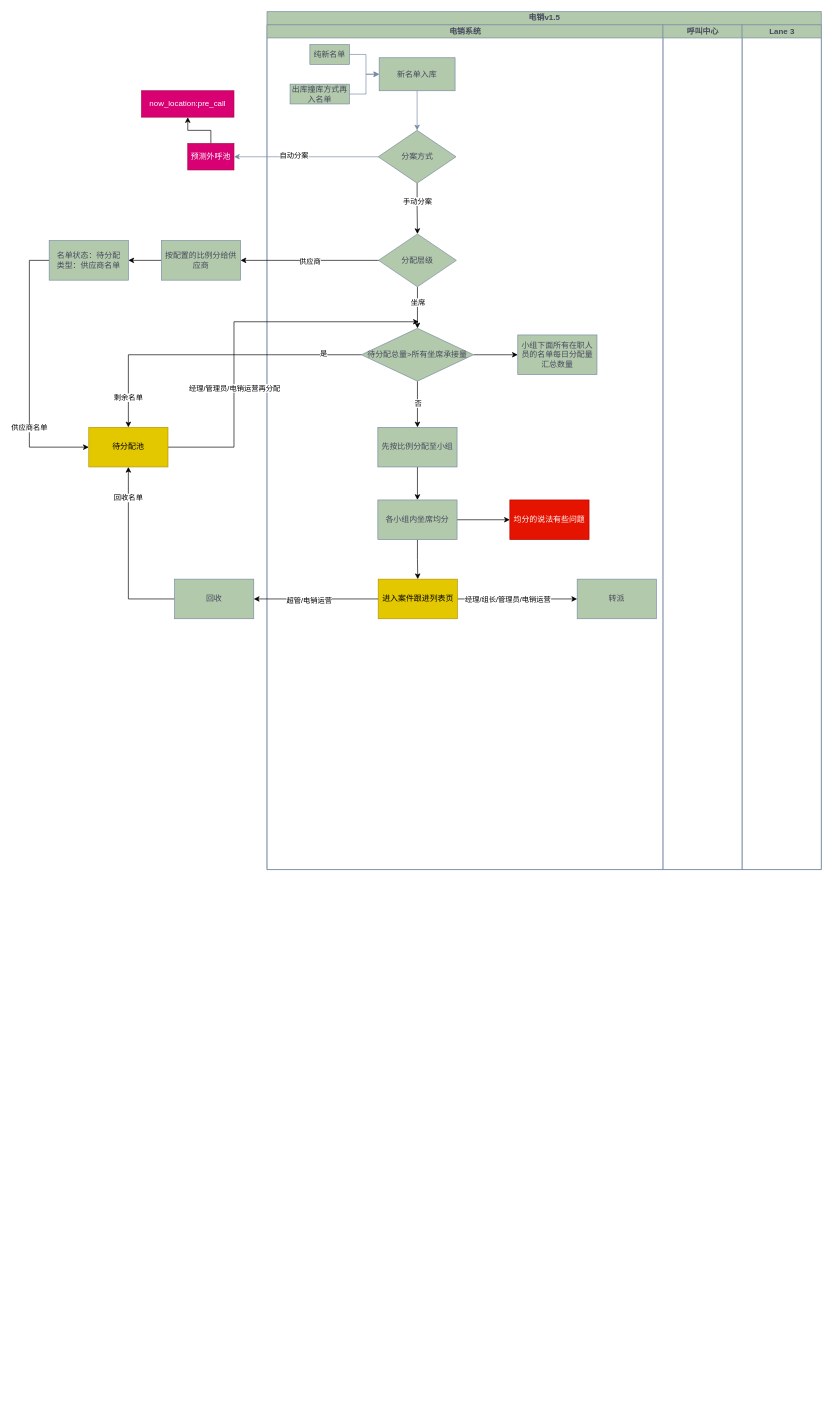
Before: 电销v1.5泳道图.drawio in yuanlj-tea/picgo, a draw.io diagram. Source tidied: cells renumbered, new cells numbered last; positions are measured from the earlier drawing's top-left corner, leaving out a move shared by most shapes. Both pictures are drawn from the tidied source at 66%, with x=0, y=0 at pixel (29, 11).
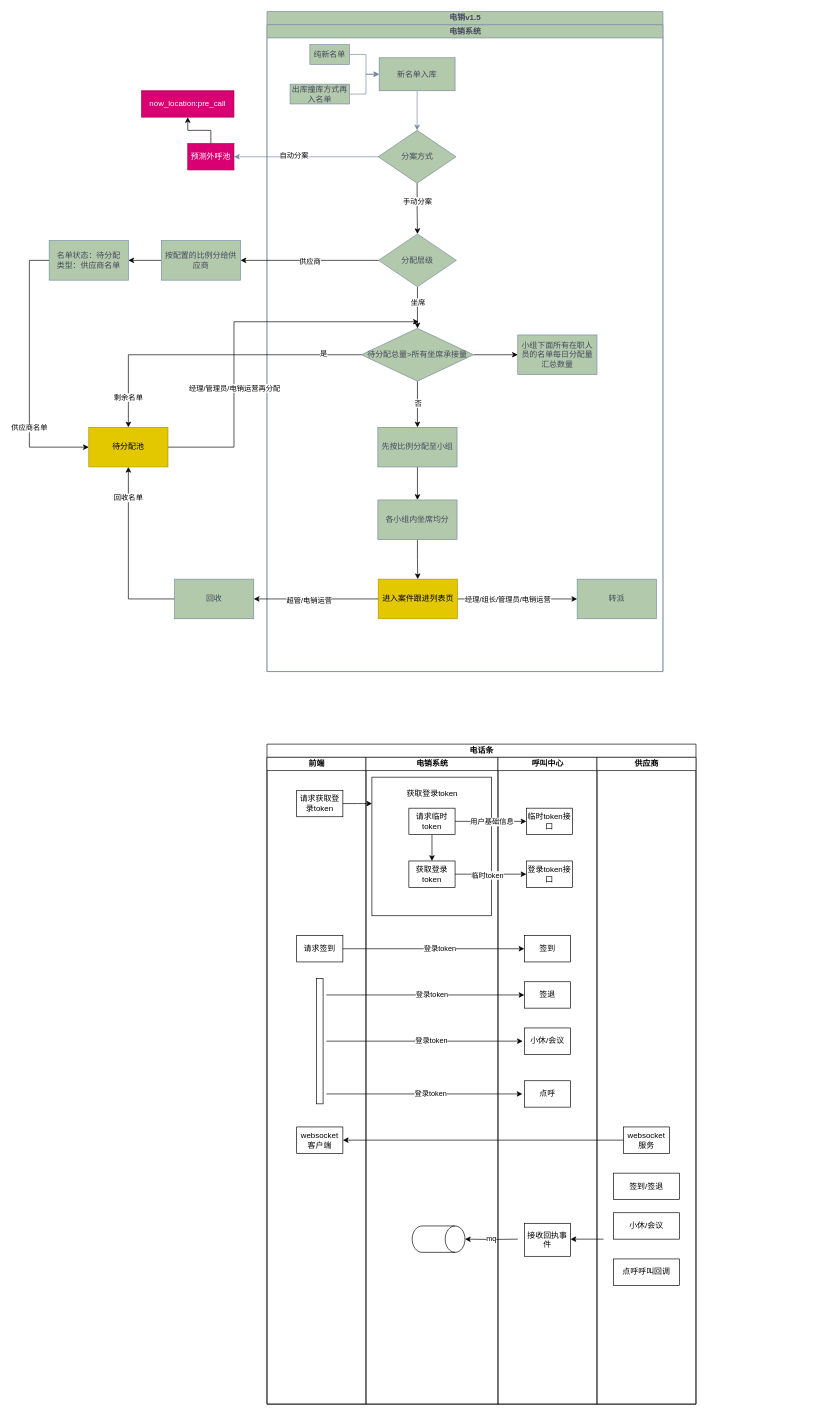
The same page after the edit.

Commit message:
更新电销v1.5泳道图.drawio

The change refers to these unchanged cells:
```xml
<mxCell id="25" value="各小组内坐席均分" style="whiteSpace=wrap;html=1;fillColor=#B2C9AB;strokeColor=#788AA3;fontColor=#46495D;labelBackgroundColor=none;" parent="3" vertex="1">
  <mxGeometry x="168" y="720" width="120" height="60" as="geometry" />
</mxCell>
```

Diff of the diagram source:
```diff
@@
     <mxCell id="2" value="电销v1.5" style="swimlane;startSize=20;html=1;labelBackgroundColor=none;fillColor=#B2C9AB;strokeColor=#788AA3;fontColor=#46495D;" parent="1" vertex="1">
-      <mxGeometry x="360" width="840" height="1300" as="geometry" />
+      <mxGeometry x="360" width="600" height="1000" as="geometry" />
     </mxCell>
     <mxCell id="3" value="电销系统" style="swimlane;startSize=20;html=1;labelBackgroundColor=none;fillColor=#B2C9AB;strokeColor=#788AA3;fontColor=#46495D;" parent="2" vertex="1">
-      <mxGeometry y="20" width="600" height="1280" as="geometry" />
+      <mxGeometry y="20" width="600" height="980" as="geometry" />
     </mxCell>
@@
-    <mxCell id="23" style="edgeStyle=orthogonalEdgeStyle;rounded=0;jettySize=auto;html=1;" parent="3" edge="1" source="25" target="26">
-      <mxGeometry relative="1" as="geometry" />
-    </mxCell>
@@
-    <mxCell id="26" value="均分的说法有些问题" style="whiteSpace=wrap;html=1;fillColor=#e51400;strokeColor=#B20000;fontColor=#ffffff;labelBackgroundColor=none;" parent="3" vertex="1">
-      <mxGeometry x="368" y="720" width="120" height="60" as="geometry" />
-    </mxCell>
@@
-    <mxCell id="33" value="呼叫中心" style="swimlane;startSize=20;html=1;labelBackgroundColor=none;fillColor=#B2C9AB;strokeColor=#788AA3;fontColor=#46495D;" parent="2" vertex="1">
-      <mxGeometry x="600" y="20" width="120" height="1280" as="geometry" />
-    </mxCell>
-    <mxCell id="34" value="Lane 3" style="swimlane;startSize=20;html=1;labelBackgroundColor=none;fillColor=#B2C9AB;strokeColor=#788AA3;fontColor=#46495D;" parent="2" vertex="1">
-      <mxGeometry x="720" y="20" width="120" height="1280" as="geometry" />
-    </mxCell>
@@
+    <mxCell id="56" value="电话条" style="swimlane;startSize=20;html=1;" parent="1" vertex="1">
+      <mxGeometry x="360" y="1110" width="650" height="1000" as="geometry" />
+    </mxCell>
+    <mxCell id="57" value="前端" style="swimlane;startSize=20;html=1;" parent="56" vertex="1">
+      <mxGeometry y="20" width="150" height="980" as="geometry" />
+    </mxCell>
+    <mxCell id="58" value="请求获取登录token" style="rounded=0;whiteSpace=wrap;html=1;" parent="57" vertex="1">
+      <mxGeometry x="45" y="50" width="70" height="40" as="geometry" />
+    </mxCell>
+    <mxCell id="59" value="请求签到" style="rounded=0;whiteSpace=wrap;html=1;" parent="57" vertex="1">
+      <mxGeometry x="45" y="270" width="70" height="40" as="geometry" />
+    </mxCell>
+    <mxCell id="60" value="websocket客户端" style="rounded=0;whiteSpace=wrap;html=1;" parent="57" vertex="1">
+      <mxGeometry x="45" y="560" width="70" height="40" as="geometry" />
+    </mxCell>
+    <mxCell id="61" style="edgeStyle=orthogonalEdgeStyle;rounded=0;orthogonalLoop=1;jettySize=auto;html=1;entryX=0;entryY=0.5;entryDx=0;entryDy=0;" parent="57" edge="1">
+      <mxGeometry relative="1" as="geometry">
+        <mxPoint x="90" y="360" as="sourcePoint" />
+        <mxPoint x="390" y="360" as="targetPoint" />
+      </mxGeometry>
+    </mxCell>
+    <mxCell id="62" value="登录token" style="edgeLabel;html=1;align=center;verticalAlign=middle;" parent="61" vertex="1">
+      <mxGeometry x="0.06" y="1" relative="1" as="geometry" />
+    </mxCell>
+    <mxCell id="63" style="html=1;perimeter=orthogonalPerimeter;targetShapes=umlLifeline;newEdgeStyle={&quot;curved&quot;:0,&quot;rounded&quot;:0};" parent="57" vertex="1">
+      <mxGeometry x="75" y="335" width="10" height="190" as="geometry" />
+    </mxCell>
+    <mxCell id="64" value="电销系统" style="swimlane;startSize=20;html=1;" parent="56" vertex="1">
+      <mxGeometry x="150" y="20" width="200" height="980" as="geometry" />
+    </mxCell>
+    <mxCell id="65" style="rounded=0;whiteSpace=wrap;html=1;" parent="64" vertex="1">
+      <mxGeometry x="9" y="30" width="181" height="210" as="geometry" />
+    </mxCell>
+    <mxCell id="66" style="edgeStyle=orthogonalEdgeStyle;rounded=0;jettySize=auto;html=1;entryX=0.5;entryY=0;entryDx=0;entryDy=0;" parent="64" edge="1" source="67" target="68">
+      <mxGeometry relative="1" as="geometry" />
+    </mxCell>
+    <mxCell id="67" value="请求临时token" style="rounded=0;whiteSpace=wrap;html=1;" parent="64" vertex="1">
+      <mxGeometry x="65" y="77" width="70" height="40" as="geometry" />
+    </mxCell>
+    <mxCell id="68" value="获取登录token" style="rounded=0;whiteSpace=wrap;html=1;" parent="64" vertex="1">
+      <mxGeometry x="65" y="157" width="70" height="40" as="geometry" />
+    </mxCell>
+    <mxCell id="69" value="获取登录token" style="text;html=1;align=center;verticalAlign=middle;strokeColor=none;fillColor=none;" parent="64" vertex="1">
+      <mxGeometry x="50" y="40" width="100" height="30" as="geometry" />
+    </mxCell>
+    <mxCell id="70" style="edgeStyle=orthogonalEdgeStyle;rounded=0;orthogonalLoop=1;jettySize=auto;html=1;entryX=0;entryY=0.5;entryDx=0;entryDy=0;" parent="64" edge="1">
+      <mxGeometry relative="1" as="geometry">
+        <mxPoint x="-60" y="430" as="sourcePoint" />
+        <mxPoint x="237.5" y="430" as="targetPoint" />
+      </mxGeometry>
+    </mxCell>
+    <mxCell id="71" value="登录token" style="edgeLabel;html=1;align=center;verticalAlign=middle;" parent="70" vertex="1">
+      <mxGeometry x="0.06" y="1" relative="1" as="geometry" />
+    </mxCell>
+    <mxCell id="72" style="edgeStyle=orthogonalEdgeStyle;rounded=0;orthogonalLoop=1;jettySize=auto;html=1;entryX=0;entryY=0.5;entryDx=0;entryDy=0;" parent="64" edge="1">
+      <mxGeometry relative="1" as="geometry">
+        <mxPoint x="-60" y="510" as="sourcePoint" />
+        <mxPoint x="237" y="510" as="targetPoint" />
+      </mxGeometry>
+    </mxCell>
+    <mxCell id="73" value="登录token" style="edgeLabel;html=1;align=center;verticalAlign=middle;" parent="72" vertex="1">
+      <mxGeometry x="0.06" y="1" relative="1" as="geometry" />
+    </mxCell>
+    <mxCell id="74" style="shape=cylinder3;whiteSpace=wrap;html=1;boundedLbl=1;backgroundOutline=1;size=15;rotation=90;" parent="64" vertex="1">
+      <mxGeometry x="90" y="690" width="40" height="80" as="geometry" />
+    </mxCell>
+    <mxCell id="33" value="呼叫中心" style="swimlane;startSize=20;html=1;" parent="56" vertex="1">
+      <mxGeometry x="350" y="20" width="150" height="980" as="geometry" />
+    </mxCell>
+    <mxCell id="75" value="临时token接口" style="rounded=0;whiteSpace=wrap;html=1;" parent="33" vertex="1">
+      <mxGeometry x="43" y="77" width="70" height="40" as="geometry" />
+    </mxCell>
+    <mxCell id="76" value="登录token接口" style="rounded=0;whiteSpace=wrap;html=1;" parent="33" vertex="1">
+      <mxGeometry x="43" y="157" width="70" height="40" as="geometry" />
+    </mxCell>
+    <mxCell id="77" value="签到" style="rounded=0;whiteSpace=wrap;html=1;" parent="33" vertex="1">
+      <mxGeometry x="40" y="270" width="70" height="40" as="geometry" />
+    </mxCell>
+    <mxCell id="78" value="签退" style="rounded=0;whiteSpace=wrap;html=1;" parent="33" vertex="1">
+      <mxGeometry x="40" y="340" width="70" height="40" as="geometry" />
+    </mxCell>
+    <mxCell id="79" value="小休/会议" style="rounded=0;whiteSpace=wrap;html=1;" parent="33" vertex="1">
+      <mxGeometry x="40" y="410" width="70" height="40" as="geometry" />
+    </mxCell>
+    <mxCell id="80" value="点呼" style="rounded=0;whiteSpace=wrap;html=1;" parent="33" vertex="1">
+      <mxGeometry x="40" y="490" width="70" height="40" as="geometry" />
+    </mxCell>
+    <mxCell id="81" style="endArrow=classic;html=1;rounded=0;" parent="33" edge="1">
+      <mxGeometry relative="1" as="geometry">
+        <mxPoint x="160" y="730" as="sourcePoint" />
+        <mxPoint x="110" y="730" as="targetPoint" />
+      </mxGeometry>
+    </mxCell>
+    <mxCell id="82" value="接收回执事件" style="rounded=0;whiteSpace=wrap;html=1;" parent="33" vertex="1">
+      <mxGeometry x="40" y="706" width="70" height="50" as="geometry" />
+    </mxCell>
+    <mxCell id="83" value="供应商" style="swimlane;startSize=20;html=1;" parent="56" vertex="1">
+      <mxGeometry x="500" y="20" width="150" height="980" as="geometry" />
+    </mxCell>
+    <mxCell id="84" value="websocket服务" style="rounded=0;whiteSpace=wrap;html=1;" parent="83" vertex="1">
+      <mxGeometry x="40" y="560" width="70" height="40" as="geometry" />
+    </mxCell>
+    <mxCell id="85" value="签到/签退" style="rounded=0;whiteSpace=wrap;html=1;" parent="83" vertex="1">
+      <mxGeometry x="25" y="630" width="100" height="40" as="geometry" />
+    </mxCell>
+    <mxCell id="86" value="点呼呼叫回调" style="rounded=0;whiteSpace=wrap;html=1;" parent="83" vertex="1">
+      <mxGeometry x="25" y="760" width="100" height="40" as="geometry" />
+    </mxCell>
+    <mxCell id="87" value="小休/会议" style="rounded=0;whiteSpace=wrap;html=1;" parent="83" vertex="1">
+      <mxGeometry x="25" y="690" width="100" height="40" as="geometry" />
+    </mxCell>
+    <mxCell id="88" style="edgeStyle=orthogonalEdgeStyle;rounded=0;jettySize=auto;html=1;entryX=0;entryY=0.5;entryDx=0;entryDy=0;" parent="56" edge="1" source="67" target="75">
+      <mxGeometry relative="1" as="geometry" />
+    </mxCell>
+    <mxCell id="89" value="用户基础信息" style="edgeLabel;html=1;align=center;verticalAlign=middle;" parent="88" vertex="1">
+      <mxGeometry x="-0.28" y="-1" relative="1" as="geometry">
+        <mxPoint x="16" y="-1" as="offset" />
+      </mxGeometry>
+    </mxCell>
+    <mxCell id="90" style="edgeStyle=orthogonalEdgeStyle;rounded=0;jettySize=auto;html=1;entryX=0;entryY=0.5;entryDx=0;entryDy=0;" parent="56" edge="1" source="68" target="76">
+      <mxGeometry relative="1" as="geometry" />
+    </mxCell>
+    <mxCell id="91" value="临时token" style="edgeLabel;html=1;align=center;verticalAlign=middle;" parent="90" vertex="1">
+      <mxGeometry x="-0.12" y="-1" relative="1" as="geometry" />
+    </mxCell>
+    <mxCell id="92" style="edgeStyle=orthogonalEdgeStyle;rounded=0;jettySize=auto;html=1;entryX=0.001;entryY=0.191;entryDx=0;entryDy=0;entryPerimeter=0;" parent="56" edge="1" source="58" target="65">
+      <mxGeometry relative="1" as="geometry" />
+    </mxCell>
+    <mxCell id="93" style="edgeStyle=orthogonalEdgeStyle;rounded=0;jettySize=auto;html=1;entryX=0;entryY=0.5;entryDx=0;entryDy=0;" parent="56" edge="1" source="59" target="77">
+      <mxGeometry relative="1" as="geometry" />
+    </mxCell>
+    <mxCell id="94" value="登录token" style="edgeLabel;html=1;align=center;verticalAlign=middle;" parent="93" vertex="1">
+      <mxGeometry x="0.06" y="1" relative="1" as="geometry" />
+    </mxCell>
+    <mxCell id="95" style="edgeStyle=orthogonalEdgeStyle;rounded=0;jettySize=auto;html=1;" parent="56" edge="1" source="84" target="60">
+      <mxGeometry relative="1" as="geometry" />
+    </mxCell>
+    <mxCell id="96" style="edgeStyle=orthogonalEdgeStyle;rounded=0;jettySize=auto;html=1;entryX=0.5;entryY=0;entryDx=0;entryDy=0;entryPerimeter=0;" parent="56" edge="1" target="74">
+      <mxGeometry relative="1" as="geometry">
+        <mxPoint x="380" y="750" as="sourcePoint" />
+      </mxGeometry>
+    </mxCell>
+    <mxCell id="97" value="mq" style="edgeLabel;html=1;align=center;verticalAlign=middle;" parent="96" vertex="1">
+      <mxGeometry x="0.02" y="-2" relative="1" as="geometry" />
+    </mxCell>
```
